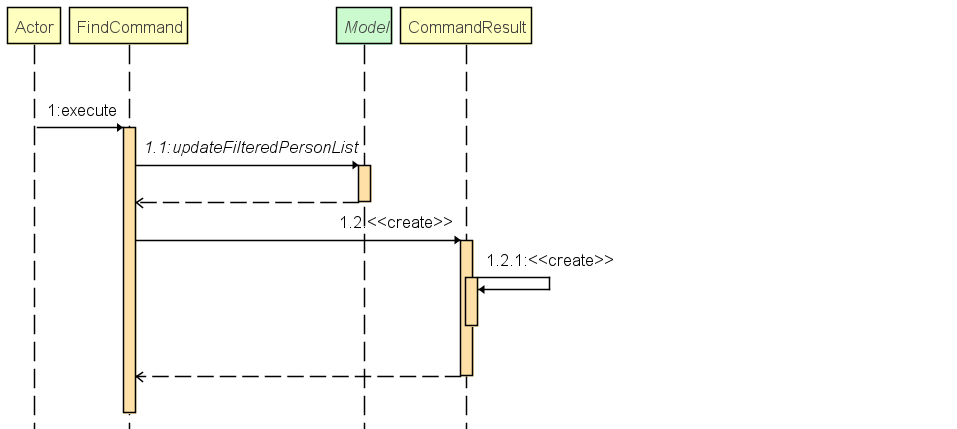
This is docs/images/FindCommandSequenceDiagram.png from nus-cs2103-AY2122S2/tp, a PlantUML export, as it was before one commit. Its source is kept beside it as docs/diagrams/FindCommandSequenceDiagram.puml. Its diagram source:
```plantuml
@startuml
participant Actor
Actor -> FindCommand : execute
activate FindCommand
FindCommand -> Model : updateFilteredPersonList
activate Model
Model --> FindCommand
deactivate Model
FindCommand -> CommandResult : new
activate CommandResult
CommandResult -> CommandResult : new
activate CommandResult
CommandResult --> CommandResult
deactivate CommandResult
CommandResult --> FindCommand
deactivate CommandResult
return
@enduml
```
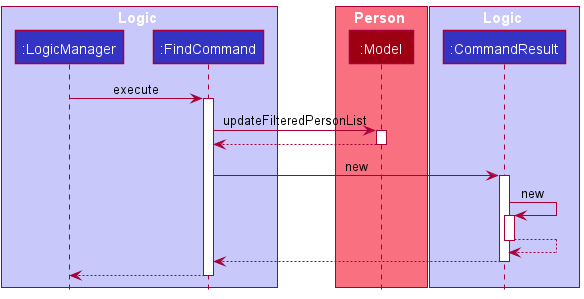
The same file after the commit.

Diff of the diagram source:
```diff
@@ -1,6 +1,18 @@
 @startuml
-participant Actor
-Actor -> FindCommand : execute
+!include style.puml
+
+box Logic LOGIC_COLOR_T1
+participant ":LogicManager"  as LogicManager LOGIC_COLOR
+participant ":FindCommand"  as FindCommand LOGIC_COLOR
+end box
+box Person MODEL_COLOR_T1
+participant ":Model"  as Model MODEL_COLOR
+end box
+box Logic LOGIC_COLOR_T1
+participant ":CommandResult"  as CommandResult LOGIC_COLOR
+end box
+
+LogicManager -> FindCommand : execute
 activate FindCommand
 FindCommand -> Model : updateFilteredPersonList
 activate Model
```
